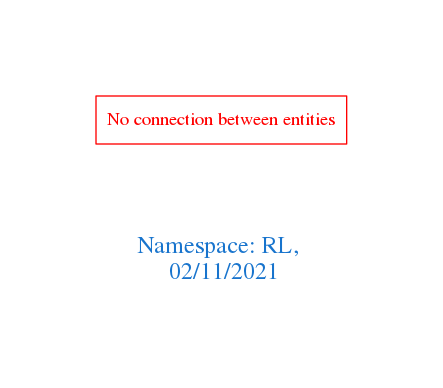
This is downloads/RL.png from arago/OGIT, a Graphviz export, as it was before one commit. Its source is kept beside it as downloads/RL.dot.
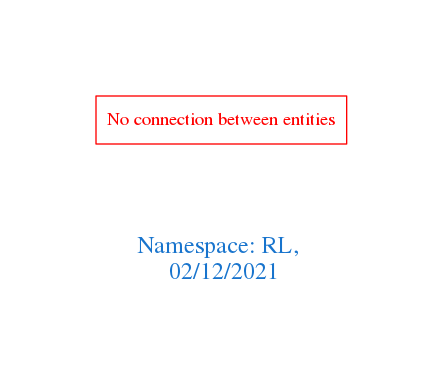
After the commit.

Change to the diagram source:
```diff
@@ -1,7 +1,7 @@
 digraph OGIT_ontology {
  graph [ rankdir= LR,pad=1
 fontsize = 18,
-fontcolor= dodgerblue3,label = "\n\n\nNamespace: RL, \n 02/11/2021"];
+fontcolor= dodgerblue3,label = "\n\n\nNamespace: RL, \n 02/12/2021"];
 node[shape=polygon];
 edge [  color="gray81"];
 
```
